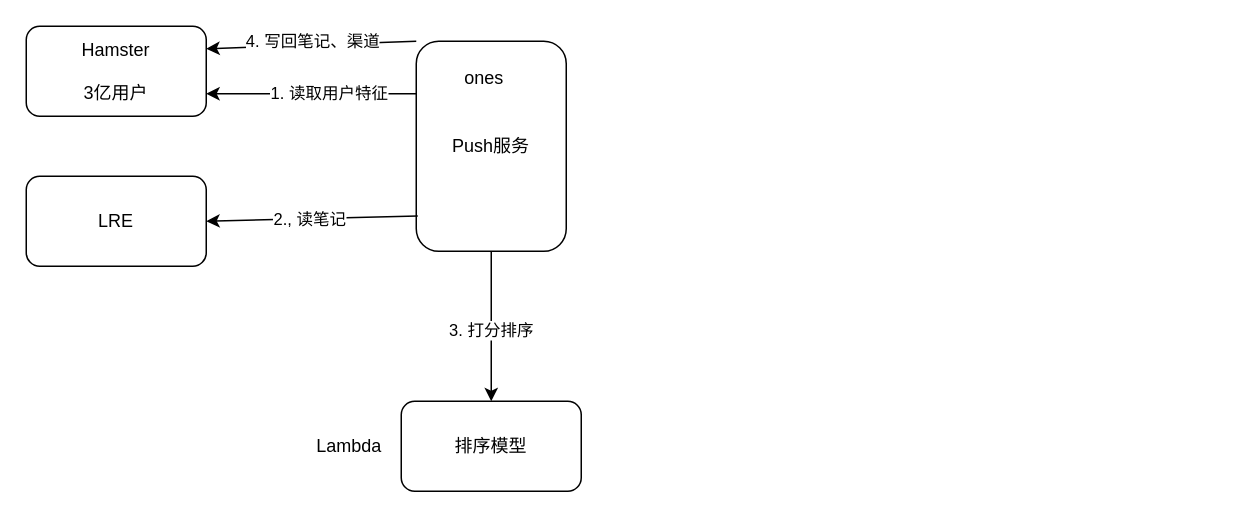
Earlier version of the draw.io diagram p1故障链路.drawio (labud/pictures). Source tidied: cells renumbered, new cells numbered last; positions are measured from the earlier drawing's top-left corner, leaving out a move shared by most shapes. Both pictures are drawn from the tidied source at 150%, with x=0, y=0 at pixel (26, 26).
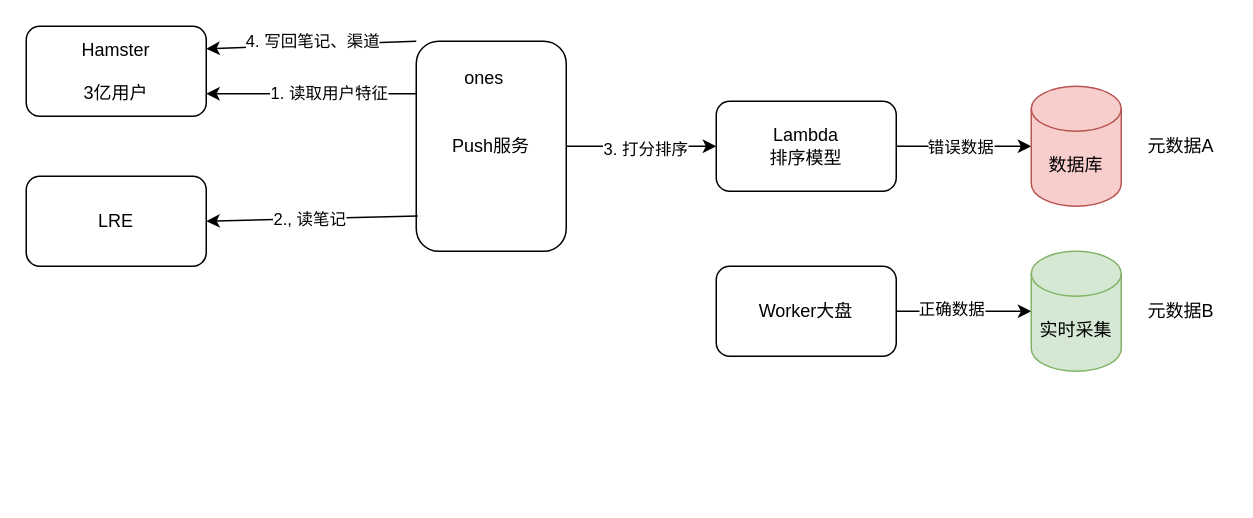
After the change.

Unchanged cells that the change refers to:
```xml
<mxCell id="3" value="Push服务" style="rounded=1;whiteSpace=wrap;html=1;" parent="1" vertex="1">
  <mxGeometry x="260" y="10" width="100" height="140" as="geometry" />
</mxCell>
```

What changed in the source:
```diff
@@
+    <mxCell id="16" style="edgeStyle=orthogonalEdgeStyle;rounded=0;jettySize=auto;html=1;" parent="1" edge="1" source="8" target="21">
+      <mxGeometry relative="1" as="geometry" />
+    </mxCell>
+    <mxCell id="17" value="错误数据" style="edgeLabel;html=1;align=center;verticalAlign=middle;" parent="16" vertex="1">
+      <mxGeometry x="-0.07" relative="1" as="geometry" />
+    </mxCell>
-    <mxCell id="8" value="排序模型" style="rounded=1;whiteSpace=wrap;html=1;" parent="1" vertex="1">
-      <mxGeometry x="250" y="250" width="120" height="60" as="geometry" />
+    <mxCell id="8" value="&lt;div&gt;&lt;span style=&quot;text-wrap-mode: nowrap;&quot;&gt;Lambda&lt;/span&gt;&lt;/div&gt;排序模型" style="rounded=1;whiteSpace=wrap;html=1;" parent="1" vertex="1">
+      <mxGeometry x="460" y="50" width="120" height="60" as="geometry" />
     </mxCell>
-    <mxCell id="9" value="Lambda" style="text;html=1;align=center;verticalAlign=middle;strokeColor=none;fillColor=none;" parent="1" vertex="1">
-      <mxGeometry x="180" y="265" width="70" height="30" as="geometry" />
-    </mxCell>
@@
-    <mxCell id="14" style="endArrow=classic;html=1;rounded=0;exitX=0.5;exitY=1;exitDx=0;exitDy=0;entryX=0.5;entryY=0;entryDx=0;entryDy=0;" parent="1" edge="1" source="3" target="8">
+    <mxCell id="14" style="endArrow=classic;html=1;rounded=0;exitX=1;exitY=0.5;exitDx=0;exitDy=0;entryX=0;entryY=0.5;entryDx=0;entryDy=0;" parent="1" edge="1" source="3" target="8">
       <mxGeometry relative="1" as="geometry" />
     </mxCell>
@@
+    <mxCell id="18" style="edgeStyle=orthogonalEdgeStyle;rounded=0;jettySize=auto;html=1;" parent="1" edge="1" source="20" target="22">
+      <mxGeometry relative="1" as="geometry" />
+    </mxCell>
+    <mxCell id="19" value="正确数据" style="edgeLabel;html=1;align=center;verticalAlign=middle;" parent="18" vertex="1">
+      <mxGeometry x="-0.2" y="2" relative="1" as="geometry" />
+    </mxCell>
+    <mxCell id="20" value="Worker大盘" style="rounded=1;whiteSpace=wrap;html=1;" parent="1" vertex="1">
+      <mxGeometry x="460" y="160" width="120" height="60" as="geometry" />
+    </mxCell>
+    <mxCell id="21" value="数据库" style="shape=cylinder3;whiteSpace=wrap;html=1;boundedLbl=1;backgroundOutline=1;size=15;fillColor=#f8cecc;strokeColor=#b85450;" parent="1" vertex="1">
+      <mxGeometry x="670" y="40" width="60" height="80" as="geometry" />
+    </mxCell>
+    <mxCell id="22" value="&lt;div&gt;实时采集&lt;/div&gt;" style="shape=cylinder3;whiteSpace=wrap;html=1;boundedLbl=1;backgroundOutline=1;size=15;fillColor=#d5e8d4;strokeColor=#82b366;" parent="1" vertex="1">
+      <mxGeometry x="670" y="150" width="60" height="80" as="geometry" />
+    </mxCell>
+    <mxCell id="23" value="元数据A" style="text;html=1;align=center;verticalAlign=middle;whiteSpace=wrap;rounded=0;" parent="1" vertex="1">
+      <mxGeometry x="740" y="65" width="60" height="30" as="geometry" />
+    </mxCell>
+    <mxCell id="24" value="元数据B" style="text;html=1;align=center;verticalAlign=middle;whiteSpace=wrap;rounded=0;" parent="1" vertex="1">
+      <mxGeometry x="740" y="175" width="60" height="30" as="geometry" />
+    </mxCell>
```
